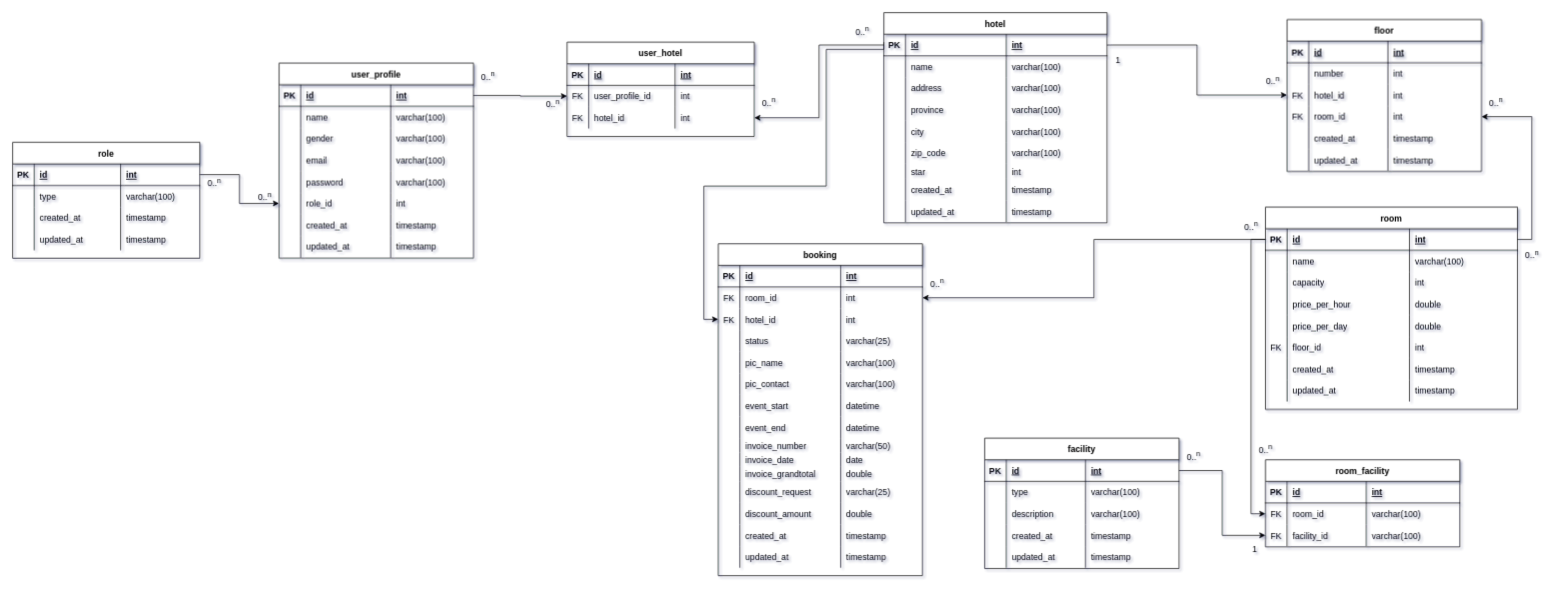
ariejanuarb/hotel_booking keeps this draw.io diagram as page "NEW ERD Master" (4 of 4) of entity_relationship_diagram/Booking_hotel.drawio. Above is the earlier version. Source tidied: cells renumbered, new cells numbered last; positions are measured from the earlier drawing's top-left corner, leaving out a move shared by most shapes. Both pictures are drawn from the tidied source at 72%, with x=0, y=0 at pixel (12, 12).
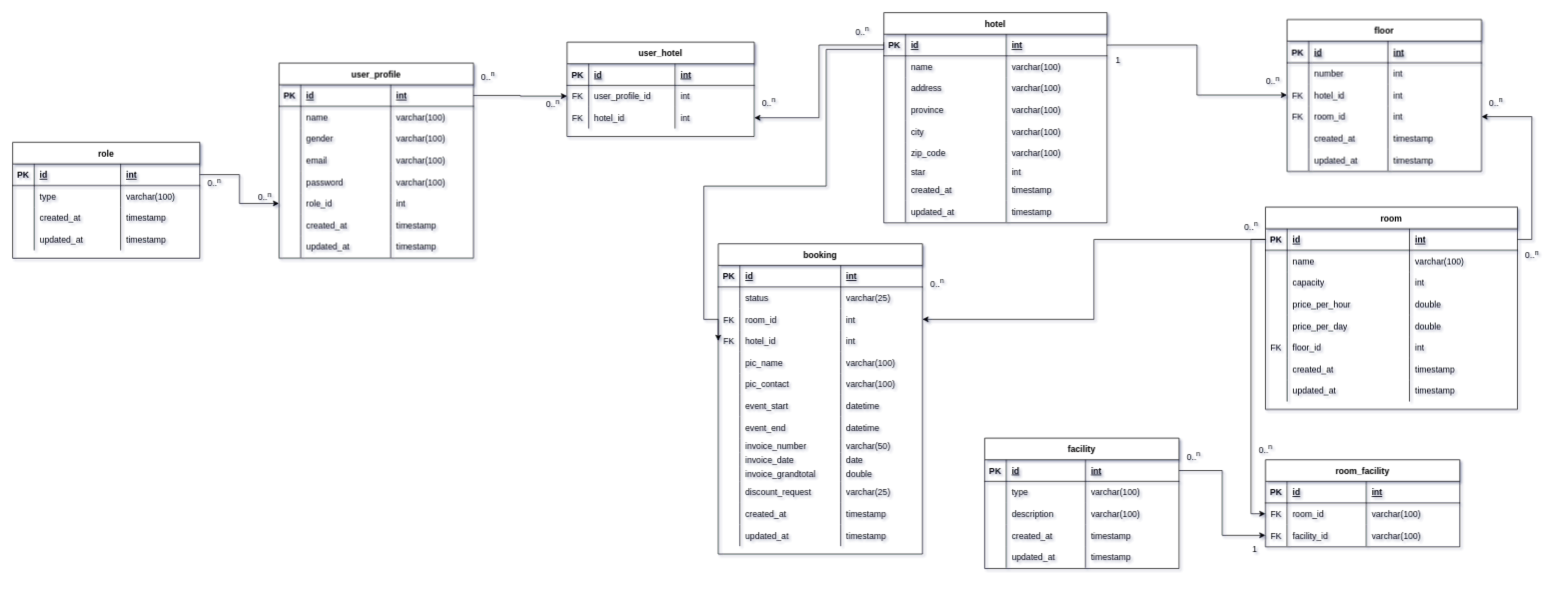
After the change.

Change to the diagram source:
```diff
@@
     <mxCell id="150" value="booking" style="shape=table;startSize=30;childLayout=tableLayout;rowLines=0;fontStyle=1;align=center;" parent="1" vertex="1">
-      <mxGeometry x="980" y="321" width="283.6" height="461" as="geometry" />
+      <mxGeometry x="980" y="321" width="283.6" height="431" as="geometry" />
     </mxCell>
@@
+    <mxCell id="163" style="shape=partialRectangle;fillColor=none;top=0;left=0;right=0;bottom=0;" parent="150" vertex="1">
+      <mxGeometry y="60" width="283.6" height="30" as="geometry" />
+    </mxCell>
+    <mxCell id="164" style="shape=partialRectangle;overflow=hidden;fillColor=none;top=0;left=0;bottom=0;right=0;" parent="163" vertex="1">
+      <mxGeometry width="30" height="30" as="geometry" />
+    </mxCell>
+    <mxCell id="165" value="status" style="shape=partialRectangle;overflow=hidden;fillColor=none;top=0;left=0;bottom=0;right=0;align=left;spacingLeft=6;" parent="163" vertex="1">
+      <mxGeometry x="30" width="140" height="30" as="geometry" />
+    </mxCell>
+    <mxCell id="166" value="varchar(25)" style="shape=partialRectangle;overflow=hidden;fillColor=none;top=0;left=0;bottom=0;right=0;align=left;spacingLeft=6;" parent="163" vertex="1">
+      <mxGeometry x="170" width="113.6" height="30" as="geometry" />
+    </mxCell>
     <mxCell id="155" style="shape=partialRectangle;fillColor=none;points=[[0,0.5],[1,0.5]];portConstraint=eastwest;top=0;left=0;right=0;bottom=0;" parent="150" vertex="1">
-      <mxGeometry y="60" width="283.6" height="30" as="geometry" />
+      <mxGeometry y="90" width="283.6" height="30" as="geometry" />
     </mxCell>
@@
     <mxCell id="159" style="shape=partialRectangle;fillColor=none;points=[[0,0.5],[1,0.5]];portConstraint=eastwest;top=0;left=0;right=0;bottom=0;" parent="150" vertex="1">
-      <mxGeometry y="90" width="283.6" height="30" as="geometry" />
+      <mxGeometry y="120" width="283.6" height="30" as="geometry" />
     </mxCell>
@@
-    <mxCell id="163" style="shape=partialRectangle;fillColor=none;top=0;left=0;right=0;bottom=0;" parent="150" vertex="1">
-      <mxGeometry y="120" width="283.6" height="30" as="geometry" />
-    </mxCell>
-    <mxCell id="164" style="shape=partialRectangle;overflow=hidden;fillColor=none;top=0;left=0;bottom=0;right=0;" parent="163" vertex="1">
-      <mxGeometry width="30" height="30" as="geometry" />
-    </mxCell>
-    <mxCell id="165" value="status" style="shape=partialRectangle;overflow=hidden;fillColor=none;top=0;left=0;bottom=0;right=0;align=left;spacingLeft=6;" parent="163" vertex="1">
-      <mxGeometry x="30" width="140" height="30" as="geometry" />
-    </mxCell>
-    <mxCell id="166" value="varchar(25)" style="shape=partialRectangle;overflow=hidden;fillColor=none;top=0;left=0;bottom=0;right=0;align=left;spacingLeft=6;" parent="163" vertex="1">
-      <mxGeometry x="170" width="113.6" height="30" as="geometry" />
-    </mxCell>
@@
-    <mxCell id="199" style="shape=partialRectangle;fillColor=none;top=0;left=0;right=0;bottom=0;" parent="150" vertex="1">
-      <mxGeometry y="360" width="283.6" height="30" as="geometry" />
-    </mxCell>
-    <mxCell id="200" style="shape=partialRectangle;overflow=hidden;fillColor=none;top=0;left=0;bottom=0;right=0;" parent="199" vertex="1">
-      <mxGeometry width="30" height="30" as="geometry" />
-    </mxCell>
-    <mxCell id="201" value="discount_amount" style="shape=partialRectangle;overflow=hidden;fillColor=none;top=0;left=0;bottom=0;right=0;align=left;spacingLeft=6;" parent="199" vertex="1">
-      <mxGeometry x="30" width="140" height="30" as="geometry" />
-    </mxCell>
-    <mxCell id="202" value="double" style="shape=partialRectangle;overflow=hidden;fillColor=none;top=0;left=0;bottom=0;right=0;align=left;spacingLeft=6;" parent="199" vertex="1">
-      <mxGeometry x="170" width="113.6" height="30" as="geometry" />
-    </mxCell>
     <mxCell id="203" style="shape=partialRectangle;fillColor=none;top=0;left=0;right=0;bottom=0;" parent="150" vertex="1">
-      <mxGeometry y="390" width="283.6" height="30" as="geometry" />
+      <mxGeometry y="360" width="283.6" height="30" as="geometry" />
     </mxCell>
@@
     <mxCell id="207" style="shape=partialRectangle;fillColor=none;top=0;left=0;right=0;bottom=0;" parent="150" vertex="1">
-      <mxGeometry y="420" width="283.6" height="30" as="geometry" />
+      <mxGeometry y="390" width="283.6" height="30" as="geometry" />
     </mxCell>
```
